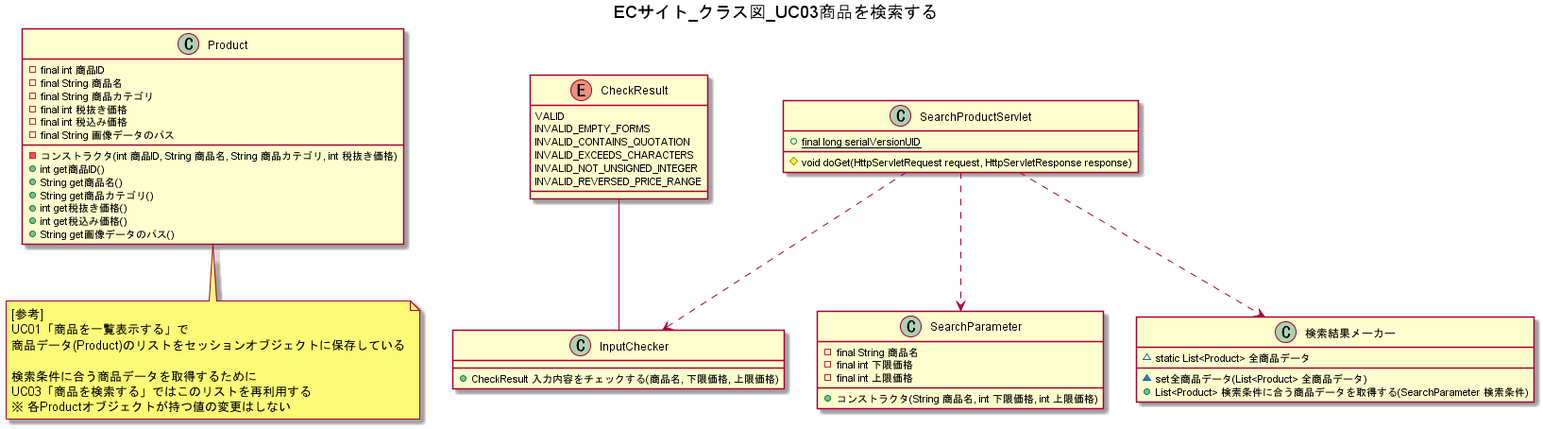
Before: UML/ECサイト_クラス図_UC03商品を検索する.png, a diagram exported from PlantUML (wnakayama/ojt_ecsite). The source it was exported from:
```plantuml
@startuml
title ECサイト_クラス図_UC03商品を検索する

class Product {
    -final int 商品ID
    -final String 商品名
    -final String 商品カテゴリ
    -final int 税抜き価格
    -final int 税込み価格
    -final String 画像データのパス
    -コンストラクタ(int 商品ID, String 商品名, String 商品カテゴリ, int 税抜き価格)
    +int get商品ID()
    +String get商品名()
    +String get商品カテゴリ()
    +int get税抜き価格()
    +int get税込み価格()
    +String get画像データのパス()
}

note bottom of Product
[参考]
UC01「商品を一覧表示する」で
商品データ(Product)のリストをセッションオブジェクトに保存している

検索条件に合う商品データを取得するために
UC03「商品を検索する」ではこのリストを再利用する
※ 各Productオブジェクトが持つ値の変更はしない
end note

class SearchProductServlet {
    +{static} final long serialVersionUID
    #void doGet(HttpServletRequest request, HttpServletResponse response)
}

CheckResult -- InputChecker
enum CheckResult {
    VALID
    INVALID_EMPTY_FORMS
    INVALID_CONTAINS_QUOTATION
    INVALID_EXCEEDS_CHARACTERS
    INVALID_NOT_UNSIGNED_INTEGER
    INVALID_REVERSED_PRICE_RANGE
}

SearchProductServlet ..> InputChecker
class InputChecker {
    +CheckResult 入力内容をチェックする(商品名, 下限価格, 上限価格)
}

SearchProductServlet ..> SearchParameter
class SearchParameter {
    -final String 商品名
    -final int 下限価格
    -final int 上限価格
    +コンストラクタ(String 商品名, int 下限価格, int 上限価格)
}

SearchProductServlet ..> 検索結果メーカー
class 検索結果メーカー {
    ~static List<Product> 全商品データ
    ~set全商品データ(List<Product> 全商品データ)
    +List<Product> 検索条件に合う商品データを取得する(SearchParameter 検索条件)
}

@enduml
```
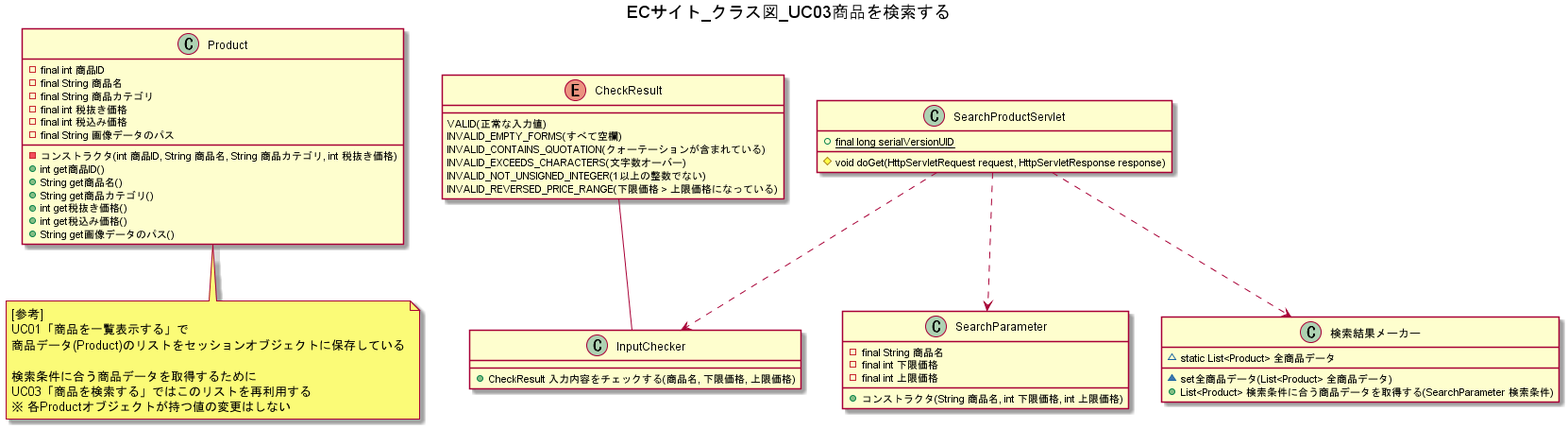
The same file after the commit.

What changed in the source:
```diff
@@ -34,12 +34,12 @@
 
 CheckResult -- InputChecker
 enum CheckResult {
-    VALID
-    INVALID_EMPTY_FORMS
-    INVALID_CONTAINS_QUOTATION
-    INVALID_EXCEEDS_CHARACTERS
-    INVALID_NOT_UNSIGNED_INTEGER
-    INVALID_REVERSED_PRICE_RANGE
+    VALID(正常な入力値)
+    INVALID_EMPTY_FORMS(すべて空欄)
+    INVALID_CONTAINS_QUOTATION(クォーテーションが含まれている)
+    INVALID_EXCEEDS_CHARACTERS(文字数オーバー)
+    INVALID_NOT_UNSIGNED_INTEGER(1以上の整数でない)
+    INVALID_REVERSED_PRICE_RANGE(下限価格 > 上限価格になっている)
 }
 
 SearchProductServlet ..> InputChecker
```
